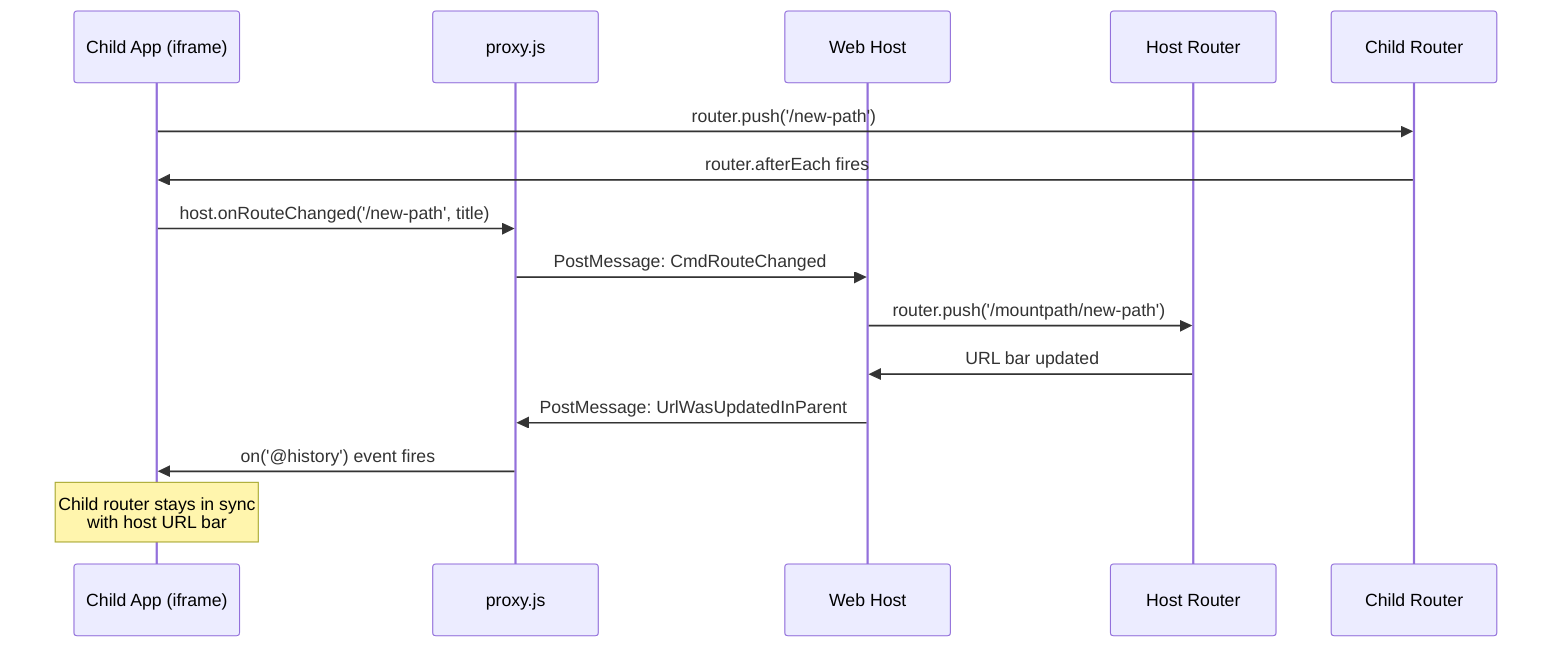
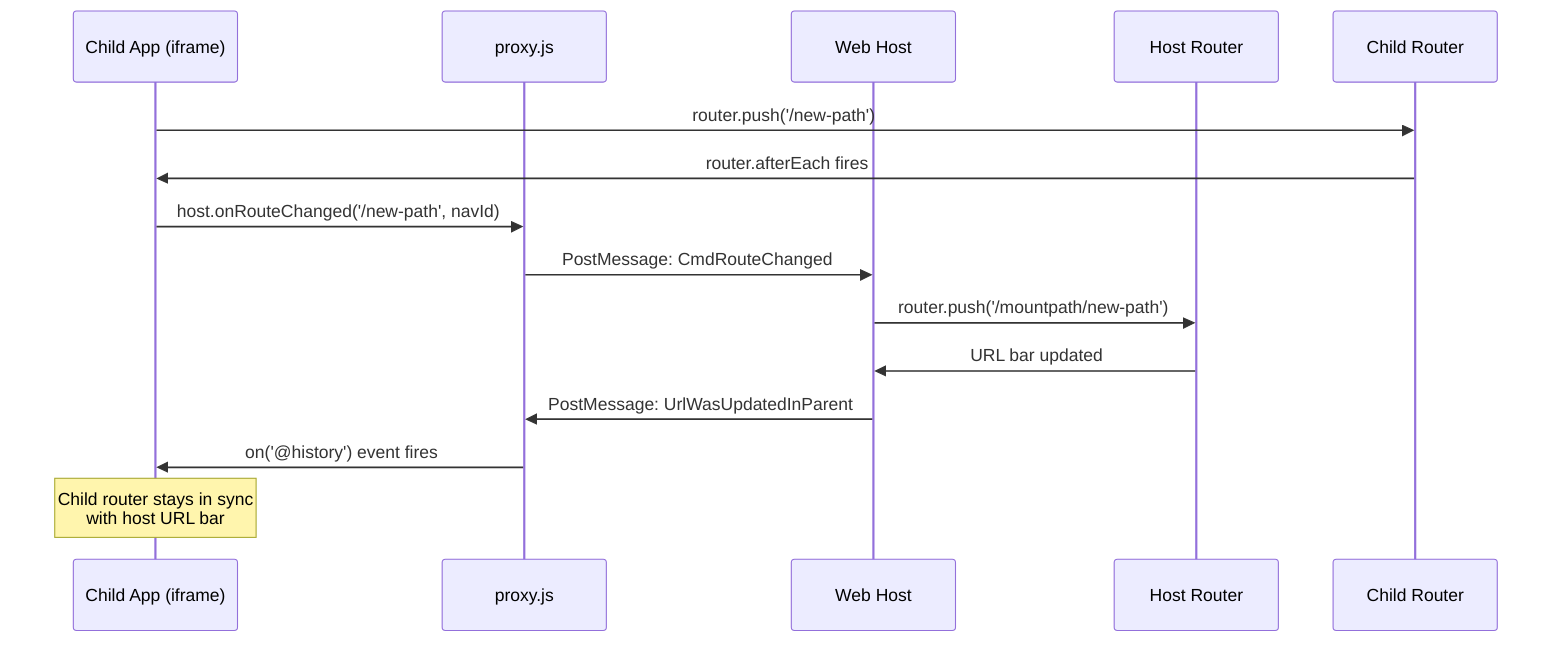
sequenceDiagram
    participant ChildApp as Child App (iframe)
    participant ProxyJS as proxy.js
    participant WebHost as Web Host
    participant HostRouter as Host Router
    participant ChildRouter as Child Router

    ChildApp->>ChildRouter: router.push('/new-path')
    ChildRouter->>ChildApp: router.afterEach fires
-     ChildApp->>ProxyJS: host.onRouteChanged('/new-path', title)
+     ChildApp->>ProxyJS: host.onRouteChanged('/new-path', navId)
    ProxyJS->>WebHost: PostMessage: CmdRouteChanged
    WebHost->>HostRouter: router.push('/mountpath/new-path')
    HostRouter->>WebHost: URL bar updated
    WebHost->>ProxyJS: PostMessage: UrlWasUpdatedInParent
    ProxyJS->>ChildApp: on('@history') event fires
    Note over ChildApp: Child router stays in sync<br/>with host URL bar
